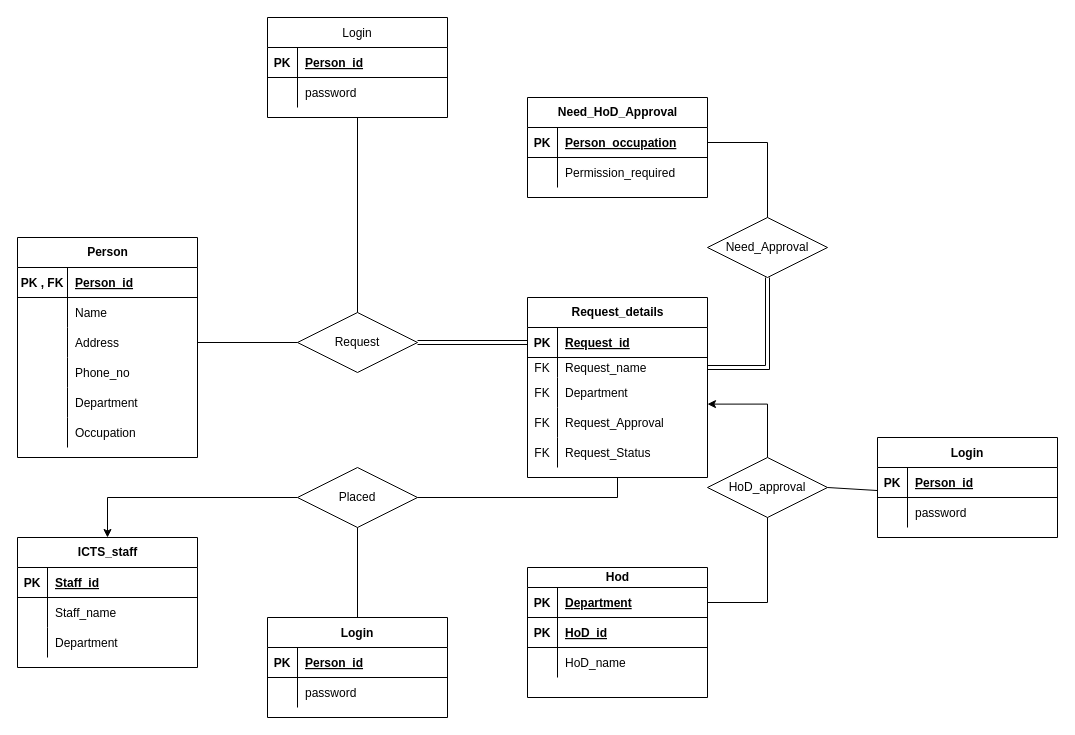
Earlier version of the draw.io diagram Untitled Diagram.drawio (ibhargav7/AWOC). Source tidied: cells renumbered, new cells numbered last; positions are measured from the earlier drawing's top-left corner, leaving out a move shared by most shapes. Both pictures are drawn from the tidied source at 100%, with x=0, y=0 at pixel (17, 17).
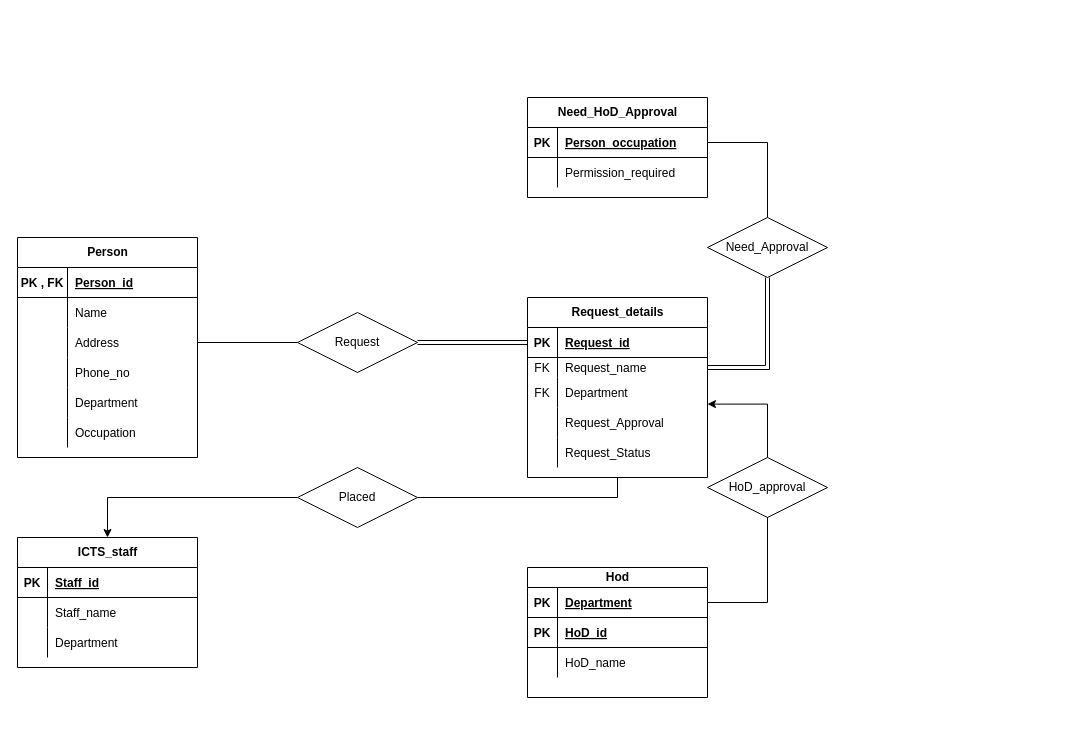
After the change.

The change refers to these unchanged cells:
```xml
<mxCell id="31" style="shape=partialRectangle;fillColor=none;top=0;left=0;bottom=0;right=0;" parent="21" vertex="1">
  <mxGeometry y="110" width="180" height="30" as="geometry" />
</mxCell>
<mxCell id="34" style="shape=partialRectangle;fillColor=none;top=0;left=0;bottom=0;right=0;" parent="21" vertex="1">
  <mxGeometry y="140" width="180" height="30" as="geometry" />
</mxCell>
<mxCell id="65" value="Request" style="shape=rhombus;perimeter=rhombusPerimeter;whiteSpace=wrap;html=1;align=center;" parent="1" vertex="1">
  <mxGeometry x="280" y="295" width="120" height="60" as="geometry" />
</mxCell>
<mxCell id="67" value="HoD_approval" style="shape=rhombus;perimeter=rhombusPerimeter;whiteSpace=wrap;html=1;align=center;perimeterSpacing=0;" parent="1" vertex="1">
  <mxGeometry x="690" y="440" width="120" height="60" as="geometry" />
</mxCell>
<mxCell id="69" value="Placed" style="shape=rhombus;perimeter=rhombusPerimeter;whiteSpace=wrap;html=1;align=center;" parent="1" vertex="1">
  <mxGeometry x="280" y="450" width="120" height="60" as="geometry" />
</mxCell>
```

The edit, as a diff of the source:
```diff
@@
-    <mxCell id="32" value="FK" style="shape=partialRectangle;fillColor=none;top=0;left=0;bottom=0;right=0;overflow=hidden;" parent="31" vertex="1">
+    <mxCell id="32" style="shape=partialRectangle;fillColor=none;top=0;left=0;bottom=0;right=0;overflow=hidden;" parent="31" vertex="1">
       <mxGeometry width="30" height="30" as="geometry" />
     </mxCell>
@@
-    <mxCell id="35" value="FK" style="shape=partialRectangle;fillColor=none;top=0;left=0;bottom=0;right=0;overflow=hidden;" parent="34" vertex="1">
+    <mxCell id="35" style="shape=partialRectangle;fillColor=none;top=0;left=0;bottom=0;right=0;overflow=hidden;" parent="34" vertex="1">
       <mxGeometry width="30" height="30" as="geometry" />
     </mxCell>
@@
-    <mxCell id="75" value="Login" style="shape=table;startSize=30;childLayout=tableLayout;rowLines=0;fontStyle=0;align=center;" parent="1" vertex="1">
-      <mxGeometry x="250" width="180" height="100" as="geometry" />
-    </mxCell>
-    <mxCell id="76" style="shape=partialRectangle;fillColor=none;top=0;left=0;bottom=1;right=0;" parent="75" vertex="1">
-      <mxGeometry y="30" width="180" height="30" as="geometry" />
-    </mxCell>
-    <mxCell id="77" value="PK" style="shape=partialRectangle;fillColor=none;top=0;left=0;bottom=0;right=0;fontStyle=1;overflow=hidden;" parent="76" vertex="1">
-      <mxGeometry width="30" height="30" as="geometry" />
-    </mxCell>
-    <mxCell id="78" value="Person_id" style="shape=partialRectangle;fillColor=none;top=0;left=0;bottom=0;right=0;align=left;spacingLeft=6;fontStyle=5;overflow=hidden;" parent="76" vertex="1">
-      <mxGeometry x="30" width="150" height="30" as="geometry" />
-    </mxCell>
-    <mxCell id="79" style="shape=partialRectangle;fillColor=none;top=0;left=0;bottom=0;right=0;" parent="75" vertex="1">
-      <mxGeometry y="60" width="180" height="30" as="geometry" />
-    </mxCell>
-    <mxCell id="80" style="shape=partialRectangle;fillColor=none;top=0;left=0;bottom=0;right=0;overflow=hidden;" parent="79" vertex="1">
-      <mxGeometry width="30" height="30" as="geometry" />
-    </mxCell>
-    <mxCell id="81" value="password" style="shape=partialRectangle;fillColor=none;top=0;left=0;bottom=0;right=0;align=left;spacingLeft=6;overflow=hidden;" parent="79" vertex="1">
-      <mxGeometry x="30" width="150" height="30" as="geometry" />
-    </mxCell>
-    <mxCell id="82" style="endArrow=none;html=1;rounded=0;exitX=0.5;exitY=1;exitDx=0;exitDy=0;entryX=0.5;entryY=0;entryDx=0;entryDy=0;" parent="1" edge="1" source="75" target="65">
-      <mxGeometry relative="1" as="geometry" />
-    </mxCell>
-    <mxCell id="83" value="Login" style="shape=table;startSize=30;childLayout=tableLayout;rowLines=0;fontStyle=1;align=center;" parent="1" vertex="1">
-      <mxGeometry x="860" y="420" width="180" height="100" as="geometry" />
-    </mxCell>
-    <mxCell id="84" style="shape=partialRectangle;fillColor=none;top=0;left=0;bottom=1;right=0;points=[[0,0.5],[1,0.5]];portConstraint=eastwest;" parent="83" vertex="1">
-      <mxGeometry y="30" width="180" height="30" as="geometry" />
-    </mxCell>
-    <mxCell id="85" value="PK" style="shape=partialRectangle;fillColor=none;top=0;left=0;bottom=0;right=0;fontStyle=1;overflow=hidden;" parent="84" vertex="1">
-      <mxGeometry width="30" height="30" as="geometry" />
-    </mxCell>
-    <mxCell id="86" value="Person_id" style="shape=partialRectangle;fillColor=none;top=0;left=0;bottom=0;right=0;align=left;spacingLeft=6;fontStyle=5;overflow=hidden;" parent="84" vertex="1">
-      <mxGeometry x="30" width="150" height="30" as="geometry" />
-    </mxCell>
-    <mxCell id="87" style="shape=partialRectangle;fillColor=none;top=0;left=0;bottom=0;right=0;" parent="83" vertex="1">
-      <mxGeometry y="60" width="180" height="30" as="geometry" />
-    </mxCell>
-    <mxCell id="88" style="shape=partialRectangle;fillColor=none;top=0;left=0;bottom=0;right=0;overflow=hidden;" parent="87" vertex="1">
-      <mxGeometry width="30" height="30" as="geometry" />
-    </mxCell>
-    <mxCell id="89" value="password" style="shape=partialRectangle;fillColor=none;top=0;left=0;bottom=0;right=0;align=left;spacingLeft=6;overflow=hidden;" parent="87" vertex="1">
-      <mxGeometry x="30" width="150" height="30" as="geometry" />
-    </mxCell>
-    <mxCell id="90" value="Login" style="shape=table;startSize=30;childLayout=tableLayout;rowLines=0;fontStyle=1;align=center;" parent="1" vertex="1">
-      <mxGeometry x="250" y="600" width="180" height="100" as="geometry" />
-    </mxCell>
-    <mxCell id="91" style="shape=partialRectangle;fillColor=none;top=0;left=0;bottom=1;right=0;" parent="90" vertex="1">
-      <mxGeometry y="30" width="180" height="30" as="geometry" />
-    </mxCell>
-    <mxCell id="92" value="PK" style="shape=partialRectangle;fillColor=none;top=0;left=0;bottom=0;right=0;fontStyle=1;overflow=hidden;" parent="91" vertex="1">
-      <mxGeometry width="30" height="30" as="geometry" />
-    </mxCell>
-    <mxCell id="93" value="Person_id" style="shape=partialRectangle;fillColor=none;top=0;left=0;bottom=0;right=0;align=left;spacingLeft=6;fontStyle=5;overflow=hidden;" parent="91" vertex="1">
-      <mxGeometry x="30" width="150" height="30" as="geometry" />
-    </mxCell>
-    <mxCell id="94" style="shape=partialRectangle;fillColor=none;top=0;left=0;bottom=0;right=0;" parent="90" vertex="1">
-      <mxGeometry y="60" width="180" height="30" as="geometry" />
-    </mxCell>
-    <mxCell id="95" style="shape=partialRectangle;fillColor=none;top=0;left=0;bottom=0;right=0;overflow=hidden;" parent="94" vertex="1">
-      <mxGeometry width="30" height="30" as="geometry" />
-    </mxCell>
-    <mxCell id="96" value="password" style="shape=partialRectangle;fillColor=none;top=0;left=0;bottom=0;right=0;align=left;spacingLeft=6;overflow=hidden;" parent="94" vertex="1">
-      <mxGeometry x="30" width="150" height="30" as="geometry" />
-    </mxCell>
-    <mxCell id="97" style="endArrow=none;html=1;rounded=0;entryX=-0.002;entryY=0.767;entryDx=0;entryDy=0;exitX=1;exitY=0.5;exitDx=0;exitDy=0;entryPerimeter=0;" parent="1" edge="1" source="67" target="84">
-      <mxGeometry relative="1" as="geometry" />
-    </mxCell>
-    <mxCell id="98" style="endArrow=none;html=1;rounded=0;exitX=0.5;exitY=1;exitDx=0;exitDy=0;entryX=0.5;entryY=0;entryDx=0;entryDy=0;" parent="1" edge="1" source="69" target="90">
-      <mxGeometry relative="1" as="geometry" />
-    </mxCell>
```
